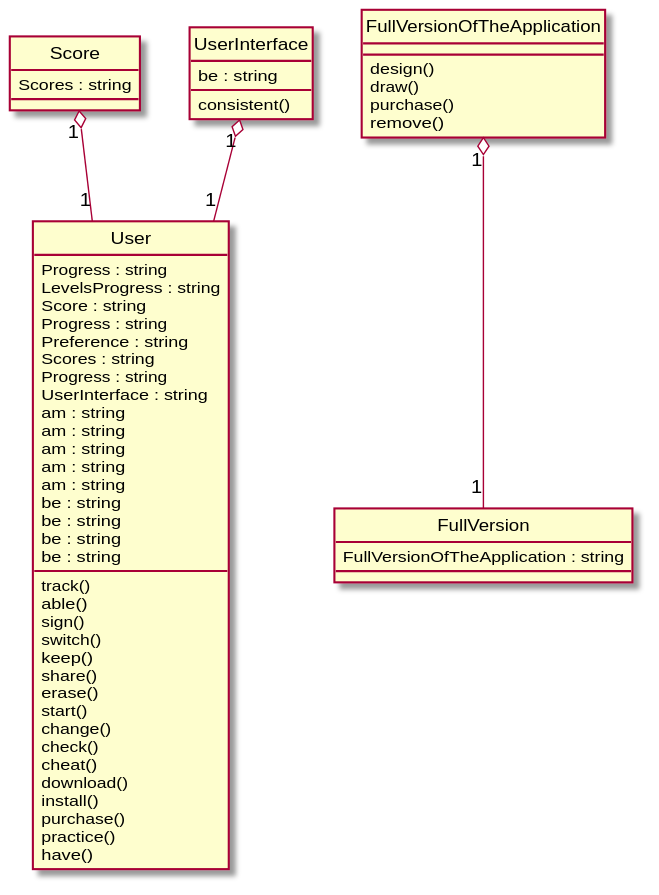
This is Diagrams/2018-USC-Project07.svg from xixixhalu/DomainModelExtractor, a PlantUML export, as it was before one commit.
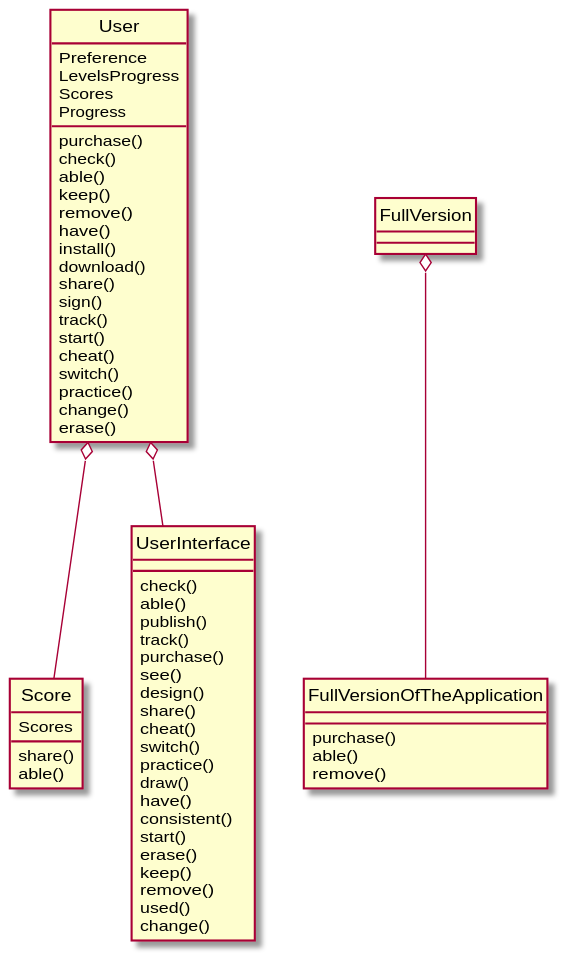
The same file after the commit.

The edit, as a diff of the source:
```diff
@@ -1,57 +1,63 @@
 @startuml
 hide circle
 class User {
-	Progress : string
-	LevelsProgress : string
-	Score : string
-	Progress : string
-	Preference : string
-	Scores : string
-	Progress : string
-	UserInterface : string
-	am : string
-	am : string
-	am : string
-	am : string
-	am : string
-	be : string
-	be : string
-	be : string
-	be : string
+	Preference
+	LevelsProgress
+	Scores
+	Progress
+	purchase()
+	check()
+	able()
+	keep()
+	remove()
+	have()
+	install()
+	download()
+	share()
+	sign()
 	track()
+	start()
+	cheat()
+	switch()
+	practice()
+	change()
+	erase()
+}
+class Score {
+	Scores
+	share()
 	able()
-	sign()
-	switch()
-	keep()
-	share()
-	erase()
-	start()
-	change()
-	check()
-	cheat()
-	download()
-	install()
-	purchase()
-	practice()
-	have()
 }
 class FullVersion {
-	FullVersionOfTheApplication : string
 }
-class Score {
-	Scores : string
+class FullVersionOfTheApplication {
+	purchase()
+	able()
+	remove()
 }
 class UserInterface {
-	be : string
+	check()
+	able()
+	publish()
+	track()
+	purchase()
+	see()
+	design()
+	share()
+	cheat()
+	switch()
+	practice()
+	draw()
+	have()
 	consistent()
+	start()
+	erase()
+	keep()
+	remove()
+	used()
+	change()
 }
-class FullVersionOfTheApplication {
-	design()
-	draw()
-	purchase()
-	remove()
-}
-FullVersionOfTheApplication "1" o-- "1" FullVersion
-UserInterface "1" o-- "1" User
-Score "1" o-- "1" User
+User o-- Score
+User o-- UserInterface
+FullVersion o-- FullVersionOfTheApplication
 @enduml
```
